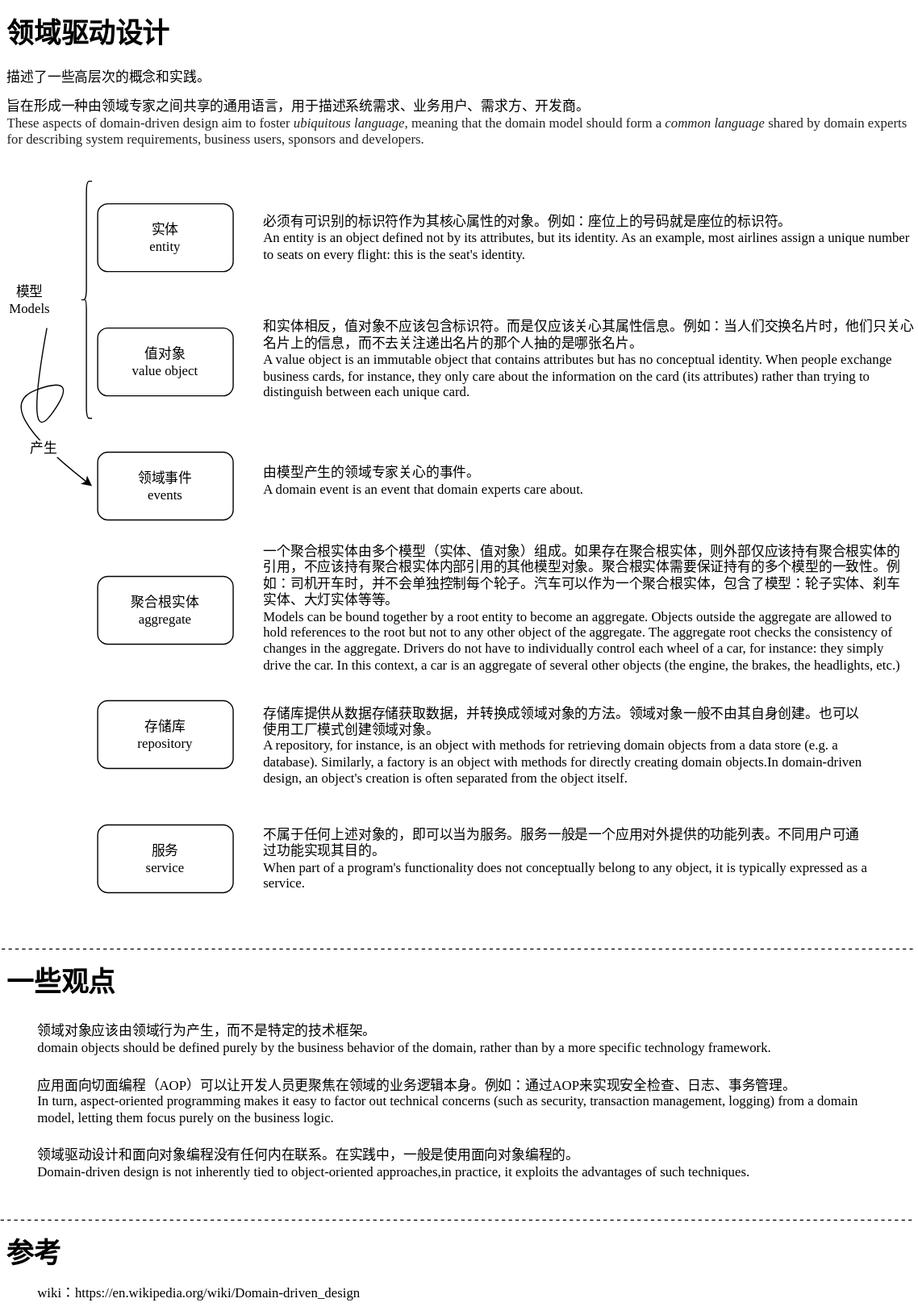
Earlier version of the draw.io export ddd.drawio.svg (wclssdn/draw.io). Source tidied: cells renumbered, new cells last; positions are measured from the earlier drawing's top-left corner, leaving out a move shared by most shapes.
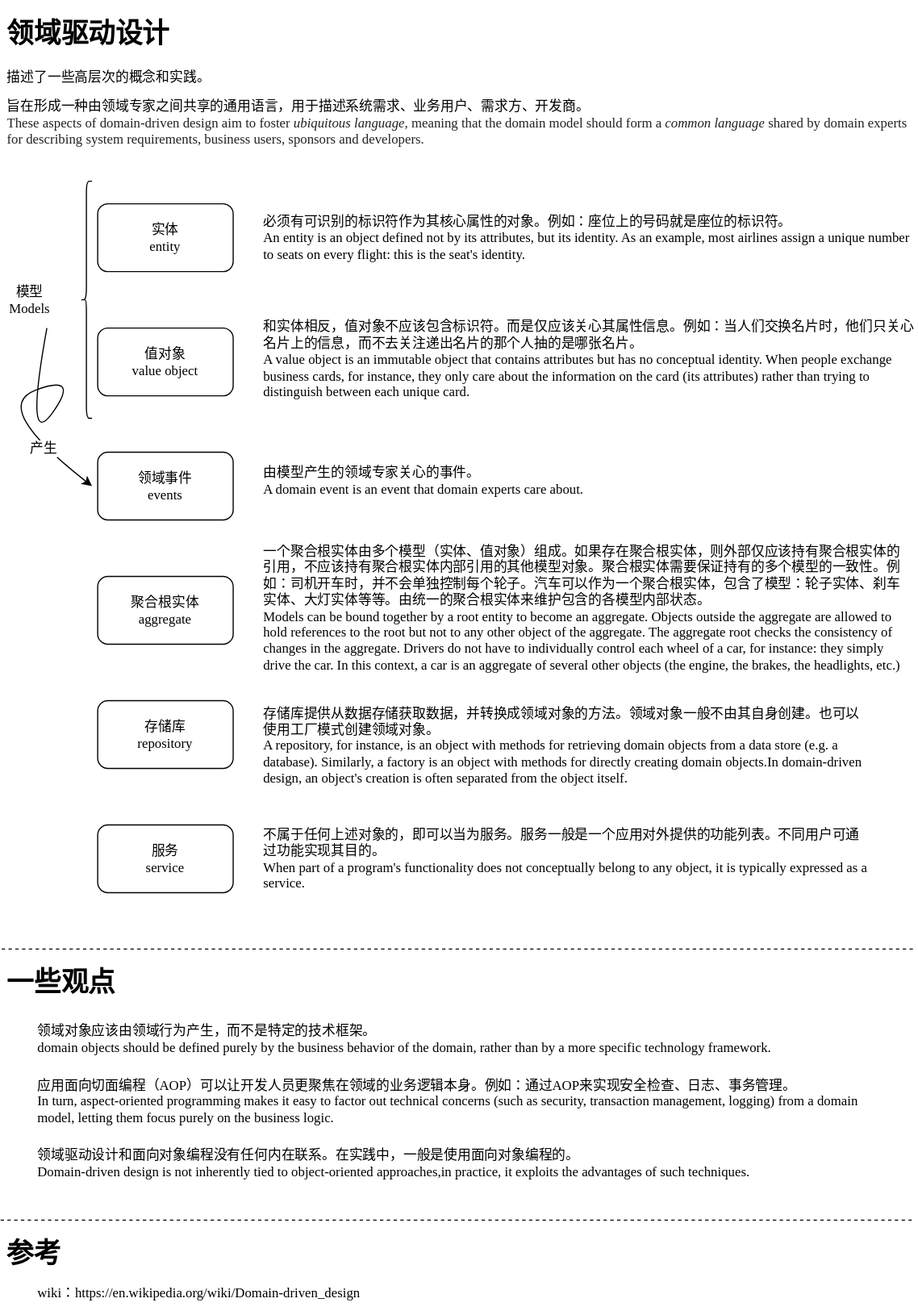
The same file after the commit.

Diff of the diagram source:
```diff
@@ -32,7 +32,7 @@
     <mxCell id="11" value="模型&lt;br&gt;Models" style="text;html=1;strokeColor=none;fillColor=none;align=center;verticalAlign=middle;whiteSpace=wrap;rounded=0;fontFamily=Comic Sans MS;fontSize=12;" parent="1" vertex="1">
       <mxGeometry x="10" y="240" width="50" height="30" as="geometry" />
     </mxCell>
-    <mxCell id="12" value="&lt;div&gt;一个聚合根实体由多个模型（实体、值对象）组成。如果存在聚合根实体，则外部仅应该持有聚合根实体的引用，不应该持有聚合根实体内部引用的其他模型对象。聚合根实体需要保证持有的多个模型的一致性。例如：司机开车时，并不会单独控制每个轮子。汽车可以作为一个聚合根实体，包含了模型：轮子实体、刹车实体、大灯实体等等。&lt;/div&gt;&lt;div&gt;Models can be bound together by a root entity to become an aggregate. Objects outside the aggregate are allowed to hold references to the root but not to any other object of the aggregate. The aggregate root checks the consistency of changes in the aggregate. Drivers do not have to individually control each wheel of a car, for instance: they simply drive the car. In this context, a car is an aggregate of several other objects (the engine, the brakes, the headlights, etc.)&lt;/div&gt;" style="text;html=1;strokeColor=none;fillColor=none;align=left;verticalAlign=middle;whiteSpace=wrap;rounded=0;fontFamily=Comic Sans MS;fontSize=12;" parent="1" vertex="1">
+    <mxCell id="12" value="&lt;div&gt;一个聚合根实体由多个模型（实体、值对象）组成。如果存在聚合根实体，则外部仅应该持有聚合根实体的引用，不应该持有聚合根实体内部引用的其他模型对象。聚合根实体需要保证持有的多个模型的一致性。例如：司机开车时，并不会单独控制每个轮子。汽车可以作为一个聚合根实体，包含了模型：轮子实体、刹车实体、大灯实体等等。由统一的聚合根实体来维护包含的各模型内部状态。&lt;/div&gt;&lt;div&gt;Models can be bound together by a root entity to become an aggregate. Objects outside the aggregate are allowed to hold references to the root but not to any other object of the aggregate. The aggregate root checks the consistency of changes in the aggregate. Drivers do not have to individually control each wheel of a car, for instance: they simply drive the car. In this context, a car is an aggregate of several other objects (the engine, the brakes, the headlights, etc.)&lt;/div&gt;" style="text;html=1;strokeColor=none;fillColor=none;align=left;verticalAlign=middle;whiteSpace=wrap;rounded=0;fontFamily=Comic Sans MS;fontSize=12;" parent="1" vertex="1">
       <mxGeometry x="240" y="460" width="570" height="135" as="geometry" />
     </mxCell>
     <mxCell id="13" value="存储库&lt;br&gt;repository" style="rounded=1;whiteSpace=wrap;html=1;fontFamily=Comic Sans MS;fontSize=12;" parent="1" vertex="1">
```
